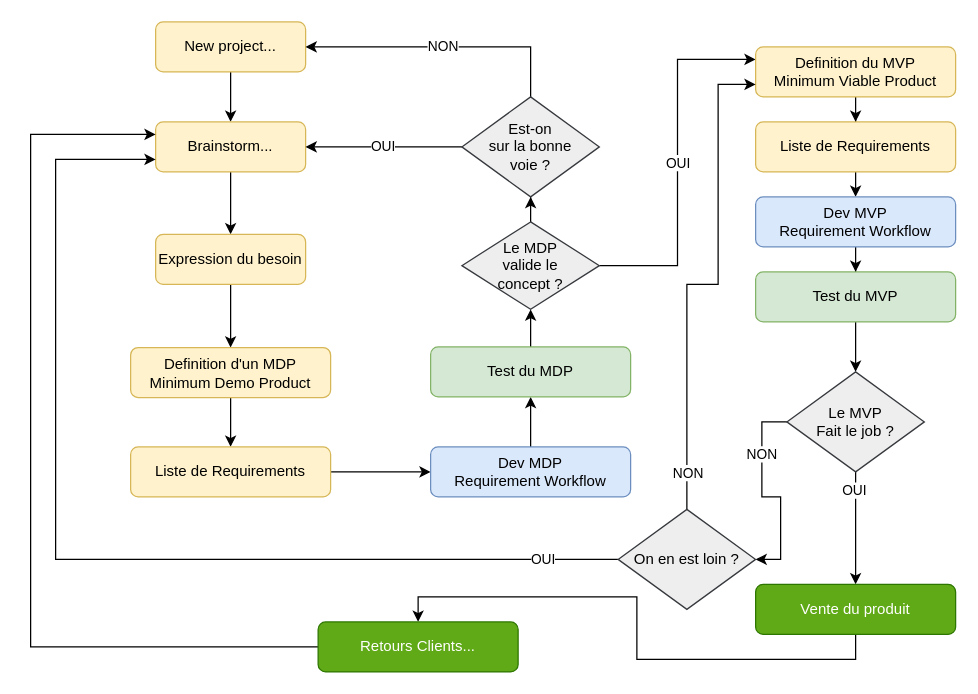
Above: page "Project_Workflow" (1 of 3) of Project-Workflow.drawio in ParaPimo/parapimo-sandbox (draw.io), before the change. Source tidied: cells renumbered, new cells numbered last; positions are measured from the earlier drawing's top-left corner, leaving out a move shared by most shapes. Both pictures are drawn from the tidied source at 125%, with x=0, y=0 at pixel (30, 21).
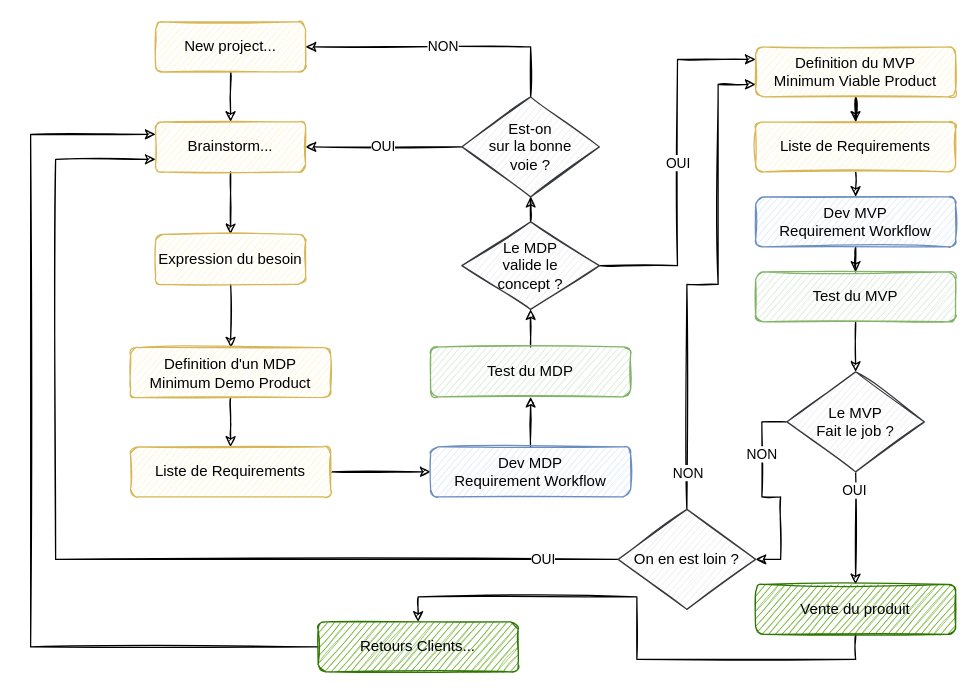
After the change.

Change to the diagram source:
```diff
@@
-    <mxCell id="2" style="edgeStyle=orthogonalEdgeStyle;rounded=0;jettySize=auto;html=1;" parent="1" edge="1" source="3" target="5">
+    <mxCell id="2" style="edgeStyle=orthogonalEdgeStyle;rounded=0;jettySize=auto;html=1;sketch=1;" parent="1" edge="1" source="3" target="5">
       <mxGeometry relative="1" as="geometry" />
     </mxCell>
-    <mxCell id="3" value="New project..." style="rounded=1;whiteSpace=wrap;html=1;fontSize=12;glass=0;strokeWidth=1;shadow=0;fillColor=#fff2cc;strokeColor=#d6b656;" parent="1" vertex="1">
+    <mxCell id="3" value="New project..." style="rounded=1;whiteSpace=wrap;html=1;fontSize=12;glass=0;strokeWidth=1;shadow=0;fillColor=#fff2cc;strokeColor=#d6b656;sketch=1;" parent="1" vertex="1">
       <mxGeometry x="100" width="120" height="40" as="geometry" />
     </mxCell>
-    <mxCell id="4" style="edgeStyle=orthogonalEdgeStyle;rounded=0;jettySize=auto;html=1;" parent="1" edge="1" source="5" target="7">
+    <mxCell id="4" style="edgeStyle=orthogonalEdgeStyle;rounded=0;jettySize=auto;html=1;sketch=1;" parent="1" edge="1" source="5" target="7">
       <mxGeometry relative="1" as="geometry" />
     </mxCell>
-    <mxCell id="5" value="Brainstorm..." style="rounded=1;whiteSpace=wrap;html=1;fontSize=12;glass=0;strokeWidth=1;shadow=0;fillColor=#fff2cc;strokeColor=#d6b656;" parent="1" vertex="1">
+    <mxCell id="5" value="Brainstorm..." style="rounded=1;whiteSpace=wrap;html=1;fontSize=12;glass=0;strokeWidth=1;shadow=0;fillColor=#fff2cc;strokeColor=#d6b656;sketch=1;" parent="1" vertex="1">
       <mxGeometry x="100" y="80" width="120" height="40" as="geometry" />
     </mxCell>
-    <mxCell id="6" style="edgeStyle=orthogonalEdgeStyle;rounded=0;jettySize=auto;html=1;exitX=0.5;exitY=1;exitDx=0;exitDy=0;" parent="1" edge="1" source="7" target="9">
+    <mxCell id="6" style="edgeStyle=orthogonalEdgeStyle;rounded=0;jettySize=auto;html=1;exitX=0.5;exitY=1;exitDx=0;exitDy=0;sketch=1;" parent="1" edge="1" source="7" target="9">
       <mxGeometry relative="1" as="geometry" />
     </mxCell>
-    <mxCell id="7" value="Expression du besoin" style="rounded=1;whiteSpace=wrap;html=1;fontSize=12;glass=0;strokeWidth=1;shadow=0;fillColor=#fff2cc;strokeColor=#d6b656;" parent="1" vertex="1">
+    <mxCell id="7" value="Expression du besoin" style="rounded=1;whiteSpace=wrap;html=1;fontSize=12;glass=0;strokeWidth=1;shadow=0;fillColor=#fff2cc;strokeColor=#d6b656;sketch=1;" parent="1" vertex="1">
       <mxGeometry x="100" y="170" width="120" height="40" as="geometry" />
     </mxCell>
-    <mxCell id="8" style="edgeStyle=orthogonalEdgeStyle;rounded=0;jettySize=auto;html=1;" parent="1" edge="1" source="9" target="11">
+    <mxCell id="8" style="edgeStyle=orthogonalEdgeStyle;rounded=0;jettySize=auto;html=1;sketch=1;" parent="1" edge="1" source="9" target="11">
       <mxGeometry relative="1" as="geometry" />
     </mxCell>
-    <mxCell id="9" value="Definition d'un MDP&lt;br&gt;Minimum Demo Product" style="rounded=1;whiteSpace=wrap;html=1;fontSize=12;glass=0;strokeWidth=1;shadow=0;fillColor=#fff2cc;strokeColor=#d6b656;" parent="1" vertex="1">
+    <mxCell id="9" value="Definition d'un MDP&lt;br&gt;Minimum Demo Product" style="rounded=1;whiteSpace=wrap;html=1;fontSize=12;glass=0;strokeWidth=1;shadow=0;fillColor=#fff2cc;strokeColor=#d6b656;sketch=1;" parent="1" vertex="1">
       <mxGeometry x="80" y="260.5" width="160" height="40" as="geometry" />
     </mxCell>
-    <mxCell id="10" style="edgeStyle=orthogonalEdgeStyle;rounded=0;jettySize=auto;html=1;" parent="1" edge="1" source="11" target="13">
+    <mxCell id="10" style="edgeStyle=orthogonalEdgeStyle;rounded=0;jettySize=auto;html=1;sketch=1;" parent="1" edge="1" source="11" target="13">
       <mxGeometry relative="1" as="geometry" />
     </mxCell>
-    <mxCell id="11" value="Liste de Requirements" style="rounded=1;whiteSpace=wrap;html=1;fontSize=12;glass=0;strokeWidth=1;shadow=0;fillColor=#fff2cc;strokeColor=#d6b656;" parent="1" vertex="1">
+    <mxCell id="11" value="Liste de Requirements" style="rounded=1;whiteSpace=wrap;html=1;fontSize=12;glass=0;strokeWidth=1;shadow=0;fillColor=#fff2cc;strokeColor=#d6b656;sketch=1;" parent="1" vertex="1">
       <mxGeometry x="80" y="340" width="160" height="40" as="geometry" />
     </mxCell>
-    <mxCell id="12" style="edgeStyle=orthogonalEdgeStyle;rounded=0;jettySize=auto;html=1;" parent="1" edge="1" source="13" target="23">
+    <mxCell id="12" style="edgeStyle=orthogonalEdgeStyle;rounded=0;jettySize=auto;html=1;sketch=1;" parent="1" edge="1" source="13" target="23">
       <mxGeometry relative="1" as="geometry" />
     </mxCell>
-    <mxCell id="13" value="Dev MDP&lt;br&gt;Requirement Workflow" style="rounded=1;whiteSpace=wrap;html=1;fontSize=12;glass=0;strokeWidth=1;shadow=0;fillColor=#dae8fc;strokeColor=#6c8ebf;" parent="1" vertex="1">
+    <mxCell id="13" value="Dev MDP&lt;br&gt;Requirement Workflow" style="rounded=1;whiteSpace=wrap;html=1;fontSize=12;glass=0;strokeWidth=1;shadow=0;fillColor=#dae8fc;strokeColor=#6c8ebf;sketch=1;" parent="1" vertex="1">
       <mxGeometry x="320" y="340" width="160" height="40" as="geometry" />
     </mxCell>
-    <mxCell id="14" style="edgeStyle=orthogonalEdgeStyle;rounded=0;jettySize=auto;html=1;" parent="1" edge="1" source="16" target="19">
+    <mxCell id="14" style="edgeStyle=orthogonalEdgeStyle;rounded=0;jettySize=auto;html=1;sketch=1;" parent="1" edge="1" source="16" target="19">
       <mxGeometry relative="1" as="geometry" />
     </mxCell>
-    <mxCell id="15" value="OUI" style="edgeStyle=orthogonalEdgeStyle;rounded=0;jettySize=auto;html=1;exitX=1;exitY=0.5;exitDx=0;exitDy=0;entryX=0;entryY=0.25;entryDx=0;entryDy=0;" parent="1" edge="1" source="16" target="21">
+    <mxCell id="15" value="OUI" style="edgeStyle=orthogonalEdgeStyle;rounded=0;jettySize=auto;html=1;exitX=1;exitY=0.5;exitDx=0;exitDy=0;entryX=0;entryY=0.25;entryDx=0;entryDy=0;sketch=1;" parent="1" edge="1" source="16" target="21">
       <mxGeometry relative="1" as="geometry" />
     </mxCell>
-    <mxCell id="16" value="Le MDP&lt;br&gt;valide le&lt;br&gt;concept ?" style="rhombus;whiteSpace=wrap;html=1;fillColor=#eeeeee;strokeColor=#36393d;" parent="1" vertex="1">
+    <mxCell id="16" value="Le MDP&lt;br&gt;valide le&lt;br&gt;concept ?" style="rhombus;whiteSpace=wrap;html=1;fillColor=#eeeeee;strokeColor=#36393d;sketch=1;" parent="1" vertex="1">
       <mxGeometry x="345" y="160" width="110" height="70" as="geometry" />
     </mxCell>
-    <mxCell id="17" value="NON" style="edgeStyle=orthogonalEdgeStyle;rounded=0;jettySize=auto;html=1;exitX=0.5;exitY=0;exitDx=0;exitDy=0;entryX=1;entryY=0.5;entryDx=0;entryDy=0;" parent="1" edge="1" source="19" target="3">
+    <mxCell id="17" value="NON" style="edgeStyle=orthogonalEdgeStyle;rounded=0;jettySize=auto;html=1;exitX=0.5;exitY=0;exitDx=0;exitDy=0;entryX=1;entryY=0.5;entryDx=0;entryDy=0;sketch=1;" parent="1" edge="1" source="19" target="3">
       <mxGeometry relative="1" as="geometry" />
     </mxCell>
-    <mxCell id="18" value="OUI" style="edgeStyle=orthogonalEdgeStyle;rounded=0;jettySize=auto;html=1;exitX=0;exitY=0.5;exitDx=0;exitDy=0;entryX=1;entryY=0.5;entryDx=0;entryDy=0;" parent="1" edge="1" source="19" target="5">
+    <mxCell id="18" value="OUI" style="edgeStyle=orthogonalEdgeStyle;rounded=0;jettySize=auto;html=1;exitX=0;exitY=0.5;exitDx=0;exitDy=0;entryX=1;entryY=0.5;entryDx=0;entryDy=0;sketch=1;" parent="1" edge="1" source="19" target="5">
       <mxGeometry relative="1" as="geometry" />
     </mxCell>
-    <mxCell id="19" value="Est-on&lt;br&gt;sur la bonne&lt;br&gt;voie ?" style="rhombus;whiteSpace=wrap;html=1;fillColor=#eeeeee;strokeColor=#36393d;" parent="1" vertex="1">
+    <mxCell id="19" value="Est-on&lt;br&gt;sur la bonne&lt;br&gt;voie ?" style="rhombus;whiteSpace=wrap;html=1;fillColor=#eeeeee;strokeColor=#36393d;sketch=1;" parent="1" vertex="1">
       <mxGeometry x="345" y="60" width="110" height="80" as="geometry" />
     </mxCell>
-    <mxCell id="20" style="edgeStyle=orthogonalEdgeStyle;rounded=0;jettySize=auto;html=1;" parent="1" edge="1" source="21" target="25">
+    <mxCell id="20" style="edgeStyle=orthogonalEdgeStyle;rounded=0;jettySize=auto;html=1;sketch=1;" parent="1" edge="1" source="21" target="25">
       <mxGeometry relative="1" as="geometry" />
     </mxCell>
-    <mxCell id="21" value="Definition du MVP&lt;br&gt;Minimum Viable Product" style="rounded=1;whiteSpace=wrap;html=1;fontSize=12;glass=0;strokeWidth=1;shadow=0;fillColor=#fff2cc;strokeColor=#d6b656;" parent="1" vertex="1">
+    <mxCell id="21" value="Definition du MVP&lt;br&gt;Minimum Viable Product" style="rounded=1;whiteSpace=wrap;html=1;fontSize=12;glass=0;strokeWidth=1;shadow=0;fillColor=#fff2cc;strokeColor=#d6b656;sketch=1;" parent="1" vertex="1">
       <mxGeometry x="580" y="20" width="160" height="40" as="geometry" />
     </mxCell>
-    <mxCell id="22" style="edgeStyle=orthogonalEdgeStyle;rounded=0;jettySize=auto;html=1;exitX=0.5;exitY=0;exitDx=0;exitDy=0;entryX=0.5;entryY=1;entryDx=0;entryDy=0;" parent="1" edge="1" source="23" target="16">
+    <mxCell id="22" style="edgeStyle=orthogonalEdgeStyle;rounded=0;jettySize=auto;html=1;exitX=0.5;exitY=0;exitDx=0;exitDy=0;entryX=0.5;entryY=1;entryDx=0;entryDy=0;sketch=1;" parent="1" edge="1" source="23" target="16">
       <mxGeometry relative="1" as="geometry" />
     </mxCell>
-    <mxCell id="23" value="Test du MDP" style="rounded=1;whiteSpace=wrap;html=1;fontSize=12;glass=0;strokeWidth=1;shadow=0;fillColor=#d5e8d4;strokeColor=#82b366;" parent="1" vertex="1">
+    <mxCell id="23" value="Test du MDP" style="rounded=1;whiteSpace=wrap;html=1;fontSize=12;glass=0;strokeWidth=1;shadow=0;fillColor=#d5e8d4;strokeColor=#82b366;sketch=1;" parent="1" vertex="1">
       <mxGeometry x="320" y="260" width="160" height="40" as="geometry" />
     </mxCell>
-    <mxCell id="24" style="edgeStyle=orthogonalEdgeStyle;rounded=0;jettySize=auto;html=1;exitX=0.5;exitY=1;exitDx=0;exitDy=0;entryX=0.5;entryY=0;entryDx=0;entryDy=0;" parent="1" edge="1" source="25" target="27">
+    <mxCell id="24" style="edgeStyle=orthogonalEdgeStyle;rounded=0;jettySize=auto;html=1;exitX=0.5;exitY=1;exitDx=0;exitDy=0;entryX=0.5;entryY=0;entryDx=0;entryDy=0;sketch=1;" parent="1" edge="1" source="25" target="27">
       <mxGeometry relative="1" as="geometry" />
     </mxCell>
-    <mxCell id="25" value="Liste de Requirements" style="rounded=1;whiteSpace=wrap;html=1;fontSize=12;glass=0;strokeWidth=1;shadow=0;fillColor=#fff2cc;strokeColor=#d6b656;" parent="1" vertex="1">
+    <mxCell id="25" value="Liste de Requirements" style="rounded=1;whiteSpace=wrap;html=1;fontSize=12;glass=0;strokeWidth=1;shadow=0;fillColor=#fff2cc;strokeColor=#d6b656;sketch=1;" parent="1" vertex="1">
       <mxGeometry x="580" y="80" width="160" height="40" as="geometry" />
     </mxCell>
-    <mxCell id="26" style="edgeStyle=orthogonalEdgeStyle;rounded=0;jettySize=auto;html=1;" parent="1" edge="1" source="27" target="29">
+    <mxCell id="26" style="edgeStyle=orthogonalEdgeStyle;rounded=0;jettySize=auto;html=1;sketch=1;" parent="1" edge="1" source="27" target="29">
       <mxGeometry relative="1" as="geometry" />
     </mxCell>
-    <mxCell id="27" value="Dev MVP&lt;br&gt;Requirement Workflow" style="rounded=1;whiteSpace=wrap;html=1;fontSize=12;glass=0;strokeWidth=1;shadow=0;fillColor=#dae8fc;strokeColor=#6c8ebf;" parent="1" vertex="1">
+    <mxCell id="27" value="Dev MVP&lt;br&gt;Requirement Workflow" style="rounded=1;whiteSpace=wrap;html=1;fontSize=12;glass=0;strokeWidth=1;shadow=0;fillColor=#dae8fc;strokeColor=#6c8ebf;sketch=1;" parent="1" vertex="1">
       <mxGeometry x="580" y="140" width="160" height="40" as="geometry" />
     </mxCell>
-    <mxCell id="28" style="edgeStyle=orthogonalEdgeStyle;rounded=0;jettySize=auto;html=1;exitX=0.5;exitY=1;exitDx=0;exitDy=0;entryX=0.5;entryY=0;entryDx=0;entryDy=0;" parent="1" edge="1" source="29" target="34">
+    <mxCell id="28" style="edgeStyle=orthogonalEdgeStyle;rounded=0;jettySize=auto;html=1;exitX=0.5;exitY=1;exitDx=0;exitDy=0;entryX=0.5;entryY=0;entryDx=0;entryDy=0;sketch=1;" parent="1" edge="1" source="29" target="34">
       <mxGeometry relative="1" as="geometry" />
     </mxCell>
-    <mxCell id="29" value="Test du MVP" style="rounded=1;whiteSpace=wrap;html=1;fontSize=12;glass=0;strokeWidth=1;shadow=0;fillColor=#d5e8d4;strokeColor=#82b366;" parent="1" vertex="1">
+    <mxCell id="29" value="Test du MVP" style="rounded=1;whiteSpace=wrap;html=1;fontSize=12;glass=0;strokeWidth=1;shadow=0;fillColor=#d5e8d4;strokeColor=#82b366;sketch=1;" parent="1" vertex="1">
       <mxGeometry x="580" y="200" width="160" height="40" as="geometry" />
     </mxCell>
-    <mxCell id="30" value="OUI" style="edgeStyle=orthogonalEdgeStyle;rounded=0;jettySize=auto;html=1;exitX=0;exitY=0.5;exitDx=0;exitDy=0;entryX=0;entryY=0.75;entryDx=0;entryDy=0;" parent="1" edge="1" source="41" target="5">
+    <mxCell id="30" value="OUI" style="edgeStyle=orthogonalEdgeStyle;rounded=0;jettySize=auto;html=1;exitX=0;exitY=0.5;exitDx=0;exitDy=0;entryX=0;entryY=0.75;entryDx=0;entryDy=0;sketch=1;" parent="1" edge="1" source="41" target="5">
       <mxGeometry x="-0.86" relative="1" as="geometry">
         <Array as="points">
           <mxPoint x="20" y="430" />
           <mxPoint x="20" y="110" />
         </Array>
       </mxGeometry>
     </mxCell>
-    <mxCell id="31" style="edgeStyle=orthogonalEdgeStyle;rounded=0;jettySize=auto;html=1;exitX=0.5;exitY=1;exitDx=0;exitDy=0;entryX=0.5;entryY=0;entryDx=0;entryDy=0;" parent="1" edge="1" source="34" target="36">
+    <mxCell id="31" style="edgeStyle=orthogonalEdgeStyle;rounded=0;jettySize=auto;html=1;exitX=0.5;exitY=1;exitDx=0;exitDy=0;entryX=0.5;entryY=0;entryDx=0;entryDy=0;sketch=1;" parent="1" edge="1" source="34" target="36">
       <mxGeometry relative="1" as="geometry" />
     </mxCell>
-    <mxCell id="32" value="OUI" style="edgeLabel;html=1;align=center;verticalAlign=middle;" parent="31" vertex="1">
+    <mxCell id="32" value="OUI" style="edgeLabel;html=1;align=center;verticalAlign=middle;sketch=1;" parent="31" vertex="1">
       <mxGeometry x="-0.69" y="-2" relative="1" as="geometry" />
     </mxCell>
-    <mxCell id="33" value="NON" style="edgeStyle=orthogonalEdgeStyle;rounded=0;jettySize=auto;html=1;exitX=0;exitY=0.5;exitDx=0;exitDy=0;entryX=1;entryY=0.5;entryDx=0;entryDy=0;" parent="1" edge="1" source="34" target="41">
+    <mxCell id="33" value="NON" style="edgeStyle=orthogonalEdgeStyle;rounded=0;jettySize=auto;html=1;exitX=0;exitY=0.5;exitDx=0;exitDy=0;entryX=1;entryY=0.5;entryDx=0;entryDy=0;sketch=1;" parent="1" edge="1" source="34" target="41">
       <mxGeometry x="-0.44" relative="1" as="geometry" />
     </mxCell>
-    <mxCell id="34" value="Le MVP&lt;br&gt;Fait le job ?" style="rhombus;whiteSpace=wrap;html=1;fillColor=#eeeeee;strokeColor=#36393d;" parent="1" vertex="1">
+    <mxCell id="34" value="Le MVP&lt;br&gt;Fait le job ?" style="rhombus;whiteSpace=wrap;html=1;fillColor=#eeeeee;strokeColor=#36393d;sketch=1;" parent="1" vertex="1">
       <mxGeometry x="605" y="280" width="110" height="80" as="geometry" />
     </mxCell>
-    <mxCell id="35" style="edgeStyle=orthogonalEdgeStyle;rounded=0;jettySize=auto;html=1;exitX=0.5;exitY=1;exitDx=0;exitDy=0;entryX=0.5;entryY=0;entryDx=0;entryDy=0;" parent="1" edge="1" source="36" target="38">
+    <mxCell id="35" style="edgeStyle=orthogonalEdgeStyle;rounded=0;jettySize=auto;html=1;exitX=0.5;exitY=1;exitDx=0;exitDy=0;entryX=0.5;entryY=0;entryDx=0;entryDy=0;sketch=1;" parent="1" edge="1" source="36" target="38">
       <mxGeometry relative="1" as="geometry" />
     </mxCell>
-    <mxCell id="36" value="Vente du produit" style="rounded=1;whiteSpace=wrap;html=1;fontSize=12;glass=0;strokeWidth=1;shadow=0;fillColor=#60a917;fontColor=#ffffff;strokeColor=#2D7600;" parent="1" vertex="1">
+    <mxCell id="36" value="Vente du produit" style="rounded=1;whiteSpace=wrap;html=1;fontSize=12;glass=0;strokeWidth=1;shadow=0;fillColor=#60a917;fontColor=#000000;strokeColor=#2D7600;sketch=1;" parent="1" vertex="1">
       <mxGeometry x="580" y="450" width="160" height="40" as="geometry" />
     </mxCell>
-    <mxCell id="37" style="edgeStyle=orthogonalEdgeStyle;rounded=0;jettySize=auto;html=1;exitX=0;exitY=0.5;exitDx=0;exitDy=0;entryX=0;entryY=0.25;entryDx=0;entryDy=0;" parent="1" edge="1" source="38" target="5">
+    <mxCell id="37" style="edgeStyle=orthogonalEdgeStyle;rounded=0;jettySize=auto;html=1;exitX=0;exitY=0.5;exitDx=0;exitDy=0;entryX=0;entryY=0.25;entryDx=0;entryDy=0;sketch=1;" parent="1" edge="1" source="38" target="5">
       <mxGeometry relative="1" as="geometry">
         <Array as="points">
           <mxPoint y="500" />
           <mxPoint y="90" />
         </Array>
       </mxGeometry>
     </mxCell>
-    <mxCell id="38" value="Retours Clients..." style="rounded=1;whiteSpace=wrap;html=1;fontSize=12;glass=0;strokeWidth=1;shadow=0;fillColor=#60a917;fontColor=#ffffff;strokeColor=#2D7600;" parent="1" vertex="1">
+    <mxCell id="38" value="Retours Clients..." style="rounded=1;whiteSpace=wrap;html=1;fontSize=12;glass=0;strokeWidth=1;shadow=0;fillColor=#60a917;fontColor=#000000;strokeColor=#2D7600;sketch=1;" parent="1" vertex="1">
       <mxGeometry x="230" y="480" width="160" height="40" as="geometry" />
     </mxCell>
-    <mxCell id="39" style="edgeStyle=orthogonalEdgeStyle;rounded=0;jettySize=auto;html=1;exitX=0.5;exitY=0;exitDx=0;exitDy=0;entryX=0;entryY=0.75;entryDx=0;entryDy=0;" parent="1" edge="1" source="41" target="21">
+    <mxCell id="39" style="edgeStyle=orthogonalEdgeStyle;rounded=0;jettySize=auto;html=1;exitX=0.5;exitY=0;exitDx=0;exitDy=0;entryX=0;entryY=0.75;entryDx=0;entryDy=0;sketch=1;" parent="1" edge="1" source="41" target="21">
       <mxGeometry relative="1" as="geometry">
         <Array as="points">
           <mxPoint x="525" y="210" />
           <mxPoint x="550" y="210" />
           <mxPoint x="550" y="50" />
         </Array>
       </mxGeometry>
     </mxCell>
-    <mxCell id="40" value="NON" style="edgeLabel;html=1;align=center;verticalAlign=middle;" parent="39" vertex="1">
+    <mxCell id="40" value="NON" style="edgeLabel;html=1;align=center;verticalAlign=middle;sketch=1;" parent="39" vertex="1">
       <mxGeometry x="-0.38" y="1" relative="1" as="geometry">
         <mxPoint x="1" y="92" as="offset" />
       </mxGeometry>
     </mxCell>
-    <mxCell id="41" value="On en est loin ?" style="rhombus;whiteSpace=wrap;html=1;fillColor=#eeeeee;strokeColor=#36393d;" parent="1" vertex="1">
+    <mxCell id="41" value="On en est loin ?" style="rhombus;whiteSpace=wrap;html=1;fillColor=#eeeeee;strokeColor=#36393d;sketch=1;" parent="1" vertex="1">
       <mxGeometry x="470" y="390" width="110" height="80" as="geometry" />
     </mxCell>
```
